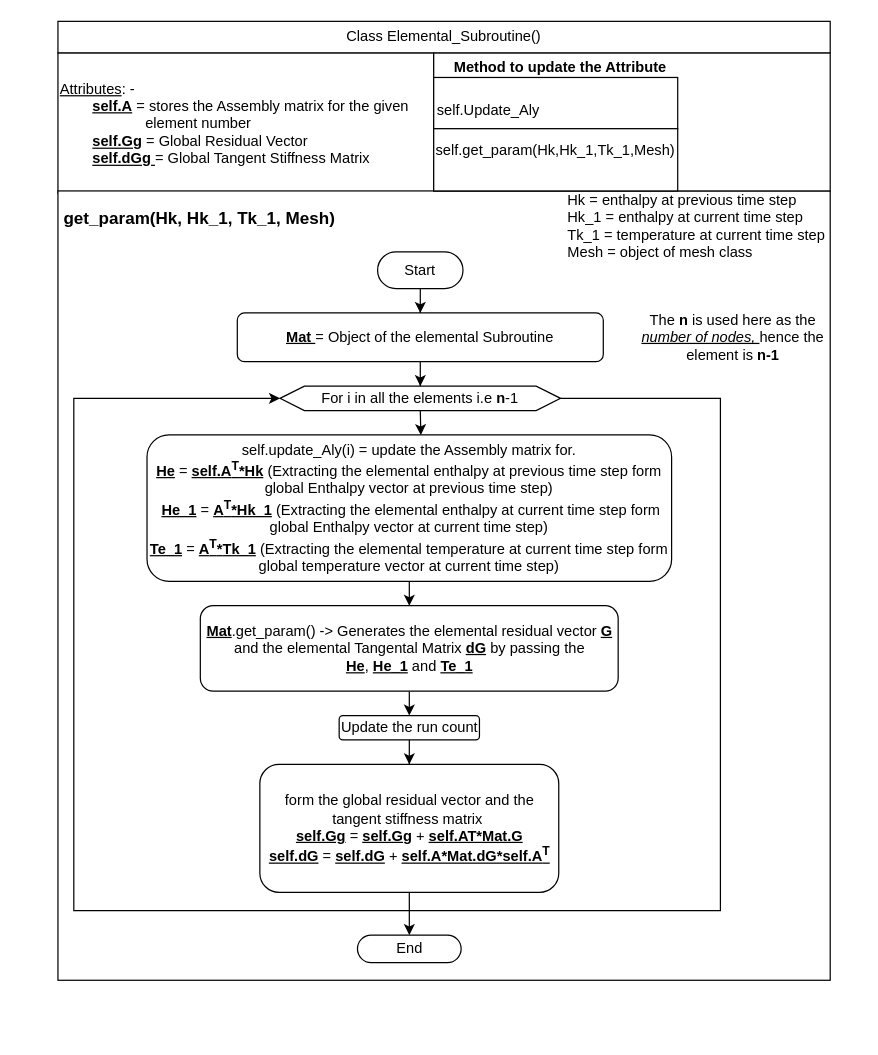
Before: ElementalSubroution.drawio in okolekar/PPP, a draw.io diagram. Source tidied: cells renumbered, new cells numbered last; positions are measured from the earlier drawing's top-left corner, leaving out a move shared by most shapes. Both pictures are drawn from the tidied source at 122%, with x=0, y=0 at pixel (57, 21).
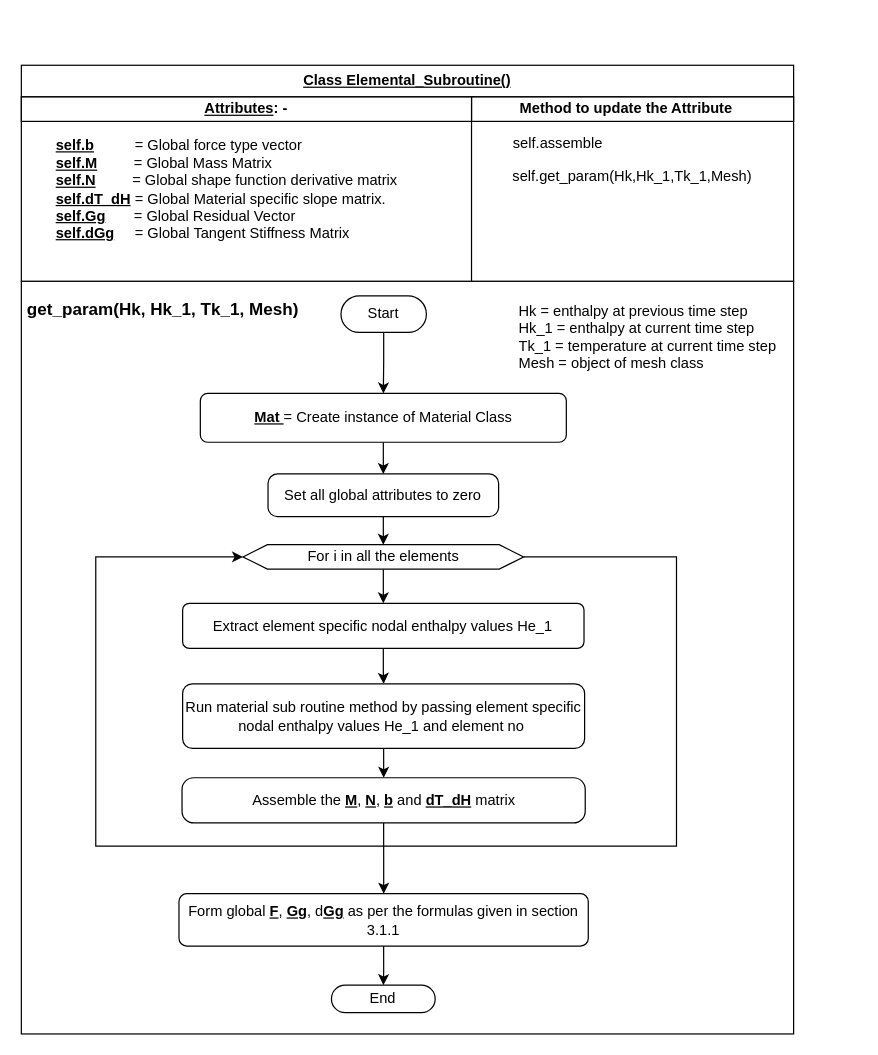
Above is the later version.

Diff of the diagram source:
```diff
@@
+    <mxCell id="30" style="rounded=0;whiteSpace=wrap;html=1;" parent="1" vertex="1">
+      <mxGeometry x="-30" y="213" width="633" height="617" as="geometry" />
+    </mxCell>
-    <mxCell id="2" value="Class Elemental_Subroutine()" style="rounded=0;whiteSpace=wrap;html=1;" parent="1" vertex="1">
-      <mxGeometry width="633" height="26" as="geometry" />
+    <mxCell id="2" value="&lt;b&gt;&lt;u&gt;Class Elemental_Subroutine()&lt;/u&gt;&lt;/b&gt;" style="rounded=0;whiteSpace=wrap;html=1;" parent="1" vertex="1">
+      <mxGeometry x="-30" y="36" width="633" height="26" as="geometry" />
     </mxCell>
-    <mxCell id="3" value="&lt;u&gt;Attributes&lt;/u&gt;: -&lt;br&gt;&lt;span style=&quot;white-space: pre;&quot;&gt;&#9;&lt;/span&gt;&lt;b&gt;&lt;u&gt;self.A&lt;/u&gt;&lt;/b&gt; = stores the Assembly matrix for the given&amp;nbsp; &amp;nbsp; &amp;nbsp; &lt;span style=&quot;white-space: pre;&quot;&gt;&#9;&lt;/span&gt;&lt;span style=&quot;white-space: pre;&quot;&gt;&#9;&lt;/span&gt;&amp;nbsp; &amp;nbsp; &amp;nbsp;element number&lt;br&gt;&lt;span style=&quot;white-space: pre;&quot;&gt;&#9;&lt;/span&gt;&lt;b&gt;&lt;u&gt;self.Gg&lt;/u&gt;&lt;/b&gt; = Global Residual Vector&lt;br&gt;&lt;span style=&quot;white-space: pre;&quot;&gt;&#9;&lt;/span&gt;&lt;b&gt;&lt;u&gt;self.dGg &lt;/u&gt;&lt;/b&gt;= Global Tangent Stiffness Matrix" style="rounded=0;whiteSpace=wrap;html=1;align=left;" parent="1" vertex="1">
-      <mxGeometry y="26" width="308" height="115" as="geometry" />
+    <mxCell id="3" value="&lt;span style=&quot;white-space: pre;&quot;&gt;&#9;&lt;/span&gt;&lt;b&gt;&lt;u&gt;self.b&lt;/u&gt;&lt;/b&gt;&amp;nbsp; &amp;nbsp; &amp;nbsp; &amp;nbsp; &amp;nbsp; = Global force type vector&lt;br&gt;&lt;span style=&quot;white-space: pre;&quot;&gt;&#9;&lt;/span&gt;&lt;b&gt;&lt;u&gt;self.M&lt;/u&gt;&lt;/b&gt;&amp;nbsp; &amp;nbsp; &amp;nbsp; &amp;nbsp; &amp;nbsp;= Global Mass Matrix&lt;br&gt;&lt;span style=&quot;white-space: pre;&quot;&gt;&#9;&lt;/span&gt;&lt;u&gt;&lt;b&gt;self.N&lt;/b&gt;&lt;/u&gt;&amp;nbsp; &amp;nbsp; &amp;nbsp; &amp;nbsp; &amp;nbsp;= Global shape function derivative matrix&lt;br&gt;&lt;span style=&quot;white-space: pre;&quot;&gt;&#9;&lt;/span&gt;&lt;u&gt;&lt;b&gt;self.dT_dH&lt;/b&gt;&lt;/u&gt; = Global Material specific slope matrix.&lt;br&gt;&lt;span style=&quot;white-space: pre;&quot;&gt;&#9;&lt;/span&gt;&lt;b&gt;&lt;u&gt;self.Gg&lt;/u&gt;&lt;/b&gt;&amp;nbsp; &amp;nbsp; &amp;nbsp; &amp;nbsp;= Global Residual Vector&lt;br&gt;&lt;span style=&quot;white-space: pre;&quot;&gt;&#9;&lt;/span&gt;&lt;b&gt;&lt;u&gt;self.dGg&lt;/u&gt;&amp;nbsp; &amp;nbsp; &amp;nbsp;&lt;/b&gt;= Global Tangent Stiffness Matrix" style="rounded=0;whiteSpace=wrap;html=1;align=left;" parent="1" vertex="1">
+      <mxGeometry x="-30" y="62" width="372" height="151" as="geometry" />
     </mxCell>
-    <mxCell id="4" style="rounded=0;whiteSpace=wrap;html=1;" parent="1" vertex="1">
-      <mxGeometry y="139" width="633" height="647" as="geometry" />
-    </mxCell>
@@
     <mxCell id="6" value="Start" style="rounded=1;whiteSpace=wrap;html=1;arcSize=50;" parent="1" vertex="1">
-      <mxGeometry x="262" y="189" width="70" height="30" as="geometry" />
+      <mxGeometry x="232" y="225" width="70" height="30" as="geometry" />
     </mxCell>
-    <mxCell id="7" style="edgeStyle=orthogonalEdgeStyle;rounded=0;jettySize=auto;html=1;exitX=0.5;exitY=1;exitDx=0;exitDy=0;" parent="1" edge="1" source="8" target="10">
-      <mxGeometry relative="1" as="geometry" />
-    </mxCell>
+    <mxCell id="31" style="edgeStyle=orthogonalEdgeStyle;rounded=0;jettySize=auto;html=1;exitX=0.5;exitY=1;exitDx=0;exitDy=0;" parent="1" edge="1" source="8" target="13">
+      <mxGeometry relative="1" as="geometry" />
+    </mxCell>
-    <mxCell id="8" value="&lt;u style=&quot;font-weight: bold;&quot;&gt;Mat &lt;/u&gt;= Object of the elemental Subroutine" style="rounded=1;whiteSpace=wrap;html=1;" parent="1" vertex="1">
-      <mxGeometry x="147" y="239" width="300" height="40" as="geometry" />
+    <mxCell id="8" value="&lt;u style=&quot;font-weight: bold;&quot;&gt;Mat &lt;/u&gt;= Create instance of Material Class" style="rounded=1;whiteSpace=wrap;html=1;" parent="1" vertex="1">
+      <mxGeometry x="116.7" y="305" width="300" height="40" as="geometry" />
     </mxCell>
-    <mxCell id="9" style="edgeStyle=orthogonalEdgeStyle;rounded=0;jettySize=auto;html=1;exitX=0.5;exitY=1;exitDx=0;exitDy=0;entryX=0.522;entryY=0.001;entryDx=0;entryDy=0;entryPerimeter=0;" parent="1" edge="1" source="10" target="13">
-      <mxGeometry relative="1" as="geometry" />
-    </mxCell>
+    <mxCell id="32" style="edgeStyle=orthogonalEdgeStyle;rounded=0;jettySize=auto;html=1;exitX=0.5;exitY=1;exitDx=0;exitDy=0;" parent="1" edge="1" source="10" target="37">
+      <mxGeometry relative="1" as="geometry" />
+    </mxCell>
-    <mxCell id="10" value="For i in all the elements i.e &lt;b&gt;n&lt;/b&gt;-1" style="shape=hexagon;perimeter=hexagonPerimeter2;whiteSpace=wrap;html=1;fixedSize=1;" parent="1" vertex="1">
-      <mxGeometry x="182" y="299" width="230" height="20" as="geometry" />
+    <mxCell id="10" value="For i in all the elements" style="shape=hexagon;perimeter=hexagonPerimeter2;whiteSpace=wrap;html=1;fixedSize=1;" parent="1" vertex="1">
+      <mxGeometry x="151.7" y="429" width="230" height="20" as="geometry" />
     </mxCell>
-    <mxCell id="11" value="The &lt;b&gt;n&lt;/b&gt;&amp;nbsp;is used here as the &lt;u&gt;&lt;i&gt;number of nodes,&amp;nbsp;&lt;/i&gt;&lt;/u&gt;hence the element is &lt;b&gt;n-1&lt;/b&gt;" style="text;html=1;strokeColor=none;fillColor=none;align=center;verticalAlign=middle;whiteSpace=wrap;rounded=0;" parent="1" vertex="1">
-      <mxGeometry x="473" y="229" width="161" height="60" as="geometry" />
-    </mxCell>
-    <mxCell id="12" style="edgeStyle=orthogonalEdgeStyle;rounded=0;jettySize=auto;html=1;" parent="1" edge="1" source="13" target="15">
-      <mxGeometry relative="1" as="geometry" />
-    </mxCell>
+    <mxCell id="33" style="edgeStyle=orthogonalEdgeStyle;rounded=0;jettySize=auto;html=1;exitX=0.5;exitY=1;exitDx=0;exitDy=0;entryX=0.5;entryY=0;entryDx=0;entryDy=0;" parent="1" edge="1" source="13" target="10">
+      <mxGeometry relative="1" as="geometry" />
+    </mxCell>
-    <mxCell id="13" value="self.update_Aly(i) = update the Assembly matrix for.&lt;br&gt;&lt;div style=&quot;&quot;&gt;&lt;b&gt;&lt;u&gt;He&lt;/u&gt;&lt;/b&gt; = &lt;b&gt;&lt;u&gt;self.A&lt;sup&gt;T&lt;/sup&gt;*Hk&lt;/u&gt;&lt;/b&gt; (Extracting the elemental enthalpy at previous time step form global Enthalpy vector at previous time step)&lt;/div&gt;&amp;nbsp;&lt;u&gt;&lt;b&gt;He_1&lt;/b&gt;&lt;/u&gt; = &lt;b&gt;&lt;u&gt;A&lt;sup&gt;T&lt;/sup&gt;*Hk_1&lt;/u&gt;&lt;/b&gt;&amp;nbsp;(Extracting the elemental enthalpy at current time step form global Enthalpy vector at current time step)&lt;br&gt;&lt;b&gt;&lt;u&gt;Te_1&lt;/u&gt;&lt;/b&gt; = &lt;u&gt;&lt;b&gt;A&lt;span style=&quot;border-color: var(--border-color);&quot;&gt;&lt;sup&gt;T&lt;/sup&gt;&lt;/span&gt;&lt;span style=&quot;border-color: var(--border-color);&quot;&gt;*&lt;/span&gt;&lt;/b&gt;&lt;/u&gt;&lt;span style=&quot;border-color: var(--border-color);&quot;&gt;&lt;u&gt;&lt;b&gt;Tk_1&lt;/b&gt;&lt;/u&gt; (Extracting the elemental temperature at current time step form global temperature vector at current time step)&lt;/span&gt;" style="rounded=1;whiteSpace=wrap;html=1;" parent="1" vertex="1">
-      <mxGeometry x="73" y="339" width="430" height="120" as="geometry" />
+    <mxCell id="13" value="Set all global attributes to zero" style="rounded=1;whiteSpace=wrap;html=1;arcSize=22;" parent="1" vertex="1">
+      <mxGeometry x="172.2" y="371" width="189" height="35" as="geometry" />
     </mxCell>
-    <mxCell id="14" style="edgeStyle=orthogonalEdgeStyle;rounded=0;jettySize=auto;html=1;" parent="1" edge="1" source="15" target="17">
-      <mxGeometry relative="1" as="geometry" />
-    </mxCell>
+    <mxCell id="34" style="edgeStyle=orthogonalEdgeStyle;rounded=0;jettySize=auto;html=1;exitX=0.5;exitY=1;exitDx=0;exitDy=0;" parent="1" edge="1" source="15" target="21">
+      <mxGeometry relative="1" as="geometry" />
+    </mxCell>
-    <mxCell id="15" value="&lt;b&gt;&lt;u&gt;Mat&lt;/u&gt;&lt;/b&gt;.get_param() -&amp;gt; Generates the elemental residual vector &lt;b&gt;&lt;u&gt;G&lt;/u&gt;&lt;/b&gt; and the elemental Tangental Matrix &lt;u style=&quot;font-weight: bold;&quot;&gt;dG&lt;/u&gt;&amp;nbsp;by passing the &lt;b&gt;&lt;u&gt;He&lt;/u&gt;&lt;/b&gt;,&amp;nbsp;&lt;b&gt;&lt;u&gt;He_1&lt;/u&gt;&lt;/b&gt; and &lt;b&gt;&lt;u&gt;Te_1&lt;/u&gt;&lt;/b&gt;" style="whiteSpace=wrap;html=1;rounded=1;" parent="1" vertex="1">
-      <mxGeometry x="116.7" y="479" width="342.5" height="70" as="geometry" />
+    <mxCell id="15" value="Form global &lt;b&gt;&lt;u&gt;F&lt;/u&gt;&lt;/b&gt;, &lt;b&gt;&lt;u&gt;Gg&lt;/u&gt;&lt;/b&gt;, d&lt;b&gt;&lt;u&gt;Gg&lt;/u&gt;&lt;/b&gt; as per the formulas given in section 3.1.1" style="whiteSpace=wrap;html=1;rounded=1;" parent="1" vertex="1">
+      <mxGeometry x="99.2" y="715" width="335.5" height="43" as="geometry" />
     </mxCell>
-    <mxCell id="16" style="edgeStyle=orthogonalEdgeStyle;rounded=0;jettySize=auto;html=1;" parent="1" edge="1" source="17" target="19">
-      <mxGeometry relative="1" as="geometry" />
-    </mxCell>
-    <mxCell id="17" value="Update the run count" style="whiteSpace=wrap;html=1;rounded=1;" parent="1" vertex="1">
-      <mxGeometry x="230.5" y="569" width="115" height="20" as="geometry" />
-    </mxCell>
-    <mxCell id="18" style="edgeStyle=orthogonalEdgeStyle;rounded=0;jettySize=auto;html=1;" parent="1" edge="1" source="19" target="21">
-      <mxGeometry relative="1" as="geometry" />
-    </mxCell>
-    <mxCell id="19" value="form the global residual vector and the tangent stiffness matrix&amp;nbsp;&lt;br&gt;&lt;b&gt;&lt;u&gt;self.Gg&lt;/u&gt;&lt;/b&gt; = &lt;b&gt;&lt;u&gt;self.Gg&lt;/u&gt;&lt;/b&gt; + &lt;b&gt;&lt;u&gt;self.AT*Mat.G&lt;/u&gt;&lt;/b&gt;&lt;br&gt;&lt;b&gt;&lt;u&gt;self.dG&lt;/u&gt;&lt;/b&gt; = &lt;b&gt;&lt;u&gt;self.dG&lt;/u&gt;&lt;/b&gt; + &lt;u&gt;&lt;b&gt;self.A*Mat.dG*self.A&lt;sup&gt;T&lt;/sup&gt;&lt;/b&gt;&lt;/u&gt;" style="whiteSpace=wrap;html=1;rounded=1;" parent="1" vertex="1">
-      <mxGeometry x="165.5" y="609" width="245" height="105" as="geometry" />
-    </mxCell>
-    <mxCell id="20" style="edgeStyle=orthogonalEdgeStyle;rounded=0;orthogonalLoop=1;jettySize=auto;html=1;exitX=1;exitY=0.5;exitDx=0;exitDy=0;entryX=0;entryY=0.5;entryDx=0;entryDy=0;" parent="1" edge="1" source="10" target="10">
-      <mxGeometry relative="1" as="geometry">
-        <Array as="points">
-          <mxPoint x="543" y="309" />
-          <mxPoint x="543" y="729" />
-          <mxPoint x="13" y="729" />
-          <mxPoint x="13" y="309" />
-        </Array>
-      </mxGeometry>
-    </mxCell>
     <mxCell id="21" value="End" style="whiteSpace=wrap;html=1;rounded=1;arcSize=50;" parent="1" vertex="1">
-      <mxGeometry x="245.5" y="749" width="85" height="22.5" as="geometry" />
+      <mxGeometry x="224.2" y="790" width="85" height="22.5" as="geometry" />
     </mxCell>
     <mxCell id="22" value="&lt;h1&gt;&lt;font style=&quot;font-size: 14px;&quot;&gt;get_param(Hk, Hk_1, Tk_1, Mesh)&lt;/font&gt;&lt;/h1&gt;" style="text;html=1;strokeColor=none;fillColor=none;spacing=5;spacingTop=-20;whiteSpace=wrap;overflow=hidden;rounded=0;" parent="1" vertex="1">
-      <mxGeometry y="139" width="416" height="42" as="geometry" />
+      <mxGeometry x="-30" y="213" width="416" height="42" as="geometry" />
     </mxCell>
     <mxCell id="23" style="rounded=0;whiteSpace=wrap;html=1;" parent="1" vertex="1">
-      <mxGeometry x="308" y="26" width="325" height="113" as="geometry" />
+      <mxGeometry x="339" y="62" width="264" height="151" as="geometry" />
     </mxCell>
+    <mxCell id="25" style="rounded=0;whiteSpace=wrap;html=1;" parent="1" vertex="1">
+      <mxGeometry x="339" y="62" width="264" height="20" as="geometry" />
+    </mxCell>
     <mxCell id="24" value="&lt;b&gt;Method to update the Attribute&lt;/b&gt;" style="text;html=1;strokeColor=none;fillColor=none;align=center;verticalAlign=middle;whiteSpace=wrap;rounded=0;" parent="1" vertex="1">
-      <mxGeometry x="285" y="23" width="254" height="30" as="geometry" />
+      <mxGeometry x="339" y="57" width="254" height="30" as="geometry" />
     </mxCell>
-    <mxCell id="25" style="rounded=0;whiteSpace=wrap;html=1;" parent="1" vertex="1">
-      <mxGeometry x="308" y="46" width="200" height="42" as="geometry" />
-    </mxCell>
-    <mxCell id="26" value="self.Update_Aly" style="text;html=1;strokeColor=none;fillColor=none;align=center;verticalAlign=middle;whiteSpace=wrap;rounded=0;" parent="1" vertex="1">
-      <mxGeometry x="294" y="58" width="118" height="30" as="geometry" />
+    <mxCell id="26" value="self.assemble" style="text;html=1;strokeColor=none;fillColor=none;align=center;verticalAlign=middle;whiteSpace=wrap;rounded=0;" parent="1" vertex="1">
+      <mxGeometry x="278" y="85" width="264" height="30" as="geometry" />
     </mxCell>
-    <mxCell id="27" style="rounded=0;whiteSpace=wrap;html=1;" parent="1" vertex="1">
-      <mxGeometry x="308" y="88" width="200" height="51" as="geometry" />
-    </mxCell>
     <mxCell id="28" value="self.get_param(Hk,Hk_1,Tk_1,Mesh)" style="text;html=1;strokeColor=none;fillColor=none;align=center;verticalAlign=middle;whiteSpace=wrap;rounded=0;" parent="1" vertex="1">
-      <mxGeometry x="378" y="91" width="60" height="30" as="geometry" />
+      <mxGeometry x="339" y="112" width="264" height="30" as="geometry" />
     </mxCell>
     <mxCell id="29" value="Hk = enthalpy at previous time step&lt;br&gt;Hk_1 = enthalpy at current time step&lt;br&gt;Tk_1 = temperature at current time step&lt;br&gt;Mesh = object of mesh class" style="text;html=1;strokeColor=none;fillColor=none;align=left;verticalAlign=middle;whiteSpace=wrap;rounded=0;" parent="1" vertex="1">
-      <mxGeometry x="416" y="153" width="239" height="30" as="geometry" />
+      <mxGeometry x="376" y="244" width="239" height="30" as="geometry" />
     </mxCell>
+    <mxCell id="35" value="&lt;b&gt;&lt;u style=&quot;border-color: var(--border-color); text-align: left;&quot;&gt;Attributes&lt;/u&gt;: -&lt;/b&gt;" style="rounded=0;whiteSpace=wrap;html=1;" parent="1" vertex="1">
+      <mxGeometry x="-30" y="62" width="369" height="20" as="geometry" />
+    </mxCell>
+    <mxCell id="36" style="edgeStyle=orthogonalEdgeStyle;rounded=0;jettySize=auto;html=1;exitX=0.5;exitY=1;exitDx=0;exitDy=0;" parent="1" edge="1" source="37" target="39">
+      <mxGeometry relative="1" as="geometry" />
+    </mxCell>
+    <mxCell id="37" value="Extract element specific nodal enthalpy&amp;nbsp;values He_1" style="rounded=1;whiteSpace=wrap;html=1;" parent="1" vertex="1">
+      <mxGeometry x="102.2" y="477" width="329" height="37" as="geometry" />
+    </mxCell>
+    <mxCell id="20" style="edgeStyle=orthogonalEdgeStyle;rounded=0;orthogonalLoop=1;jettySize=auto;html=1;exitX=1;exitY=0.5;exitDx=0;exitDy=0;entryX=0;entryY=0.5;entryDx=0;entryDy=0;" parent="1" edge="1" source="10" target="10">
+      <mxGeometry relative="1" as="geometry">
+        <Array as="points">
+          <mxPoint x="507" y="439" />
+          <mxPoint x="507" y="676" />
+          <mxPoint x="31" y="676" />
+          <mxPoint x="31" y="439" />
+        </Array>
+      </mxGeometry>
+    </mxCell>
+    <mxCell id="38" style="edgeStyle=orthogonalEdgeStyle;rounded=0;jettySize=auto;html=1;exitX=0.5;exitY=1;exitDx=0;exitDy=0;" parent="1" edge="1" source="39" target="41">
+      <mxGeometry relative="1" as="geometry" />
+    </mxCell>
+    <mxCell id="39" value="Run material sub routine method by passing element specific nodal enthalpy values He_1 and element no&amp;nbsp;" style="rounded=1;whiteSpace=wrap;html=1;" parent="1" vertex="1">
+      <mxGeometry x="102.2" y="543" width="329.5" height="53" as="geometry" />
+    </mxCell>
+    <mxCell id="40" style="edgeStyle=orthogonalEdgeStyle;rounded=0;jettySize=auto;html=1;exitX=0.5;exitY=1;exitDx=0;exitDy=0;" parent="1" edge="1" source="41" target="15">
+      <mxGeometry relative="1" as="geometry" />
+    </mxCell>
+    <mxCell id="41" value="Assemble the &lt;b&gt;&lt;u&gt;M&lt;/u&gt;&lt;/b&gt;, &lt;b&gt;&lt;u&gt;N&lt;/u&gt;&lt;/b&gt;, &lt;b&gt;&lt;u&gt;b&lt;/u&gt;&lt;/b&gt; and &lt;u&gt;&lt;b&gt;dT_dH&lt;/b&gt;&lt;/u&gt; matrix" style="rounded=1;whiteSpace=wrap;html=1;arcSize=26;" parent="1" vertex="1">
+      <mxGeometry x="101.7" y="620" width="330.5" height="37" as="geometry" />
+    </mxCell>
```
